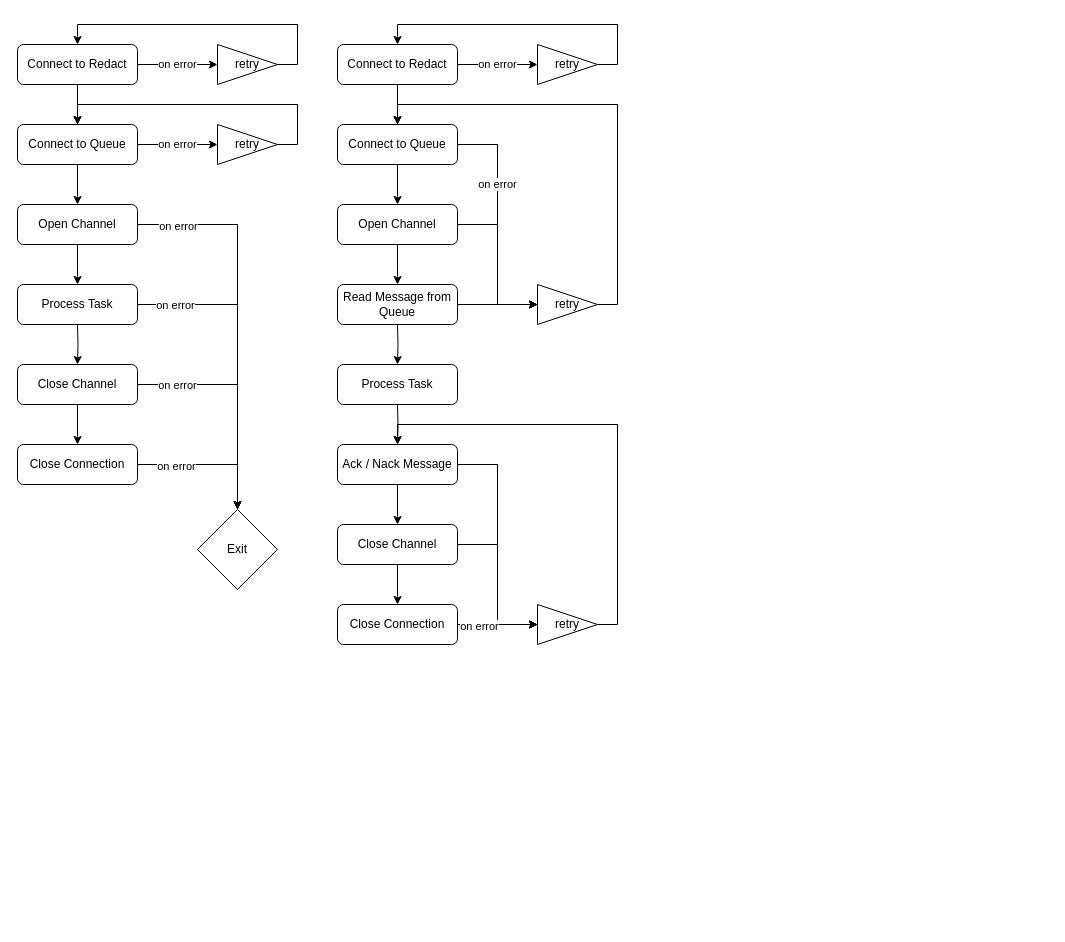
Before: manager-flow.drawio in fredyeah/diagrams, a draw.io diagram. Source tidied: cells renumbered, new cells numbered last; positions are measured from the earlier drawing's top-left corner, leaving out a move shared by most shapes. Both pictures are drawn from the tidied source at 100%, with x=0, y=0 at pixel (17, 24).
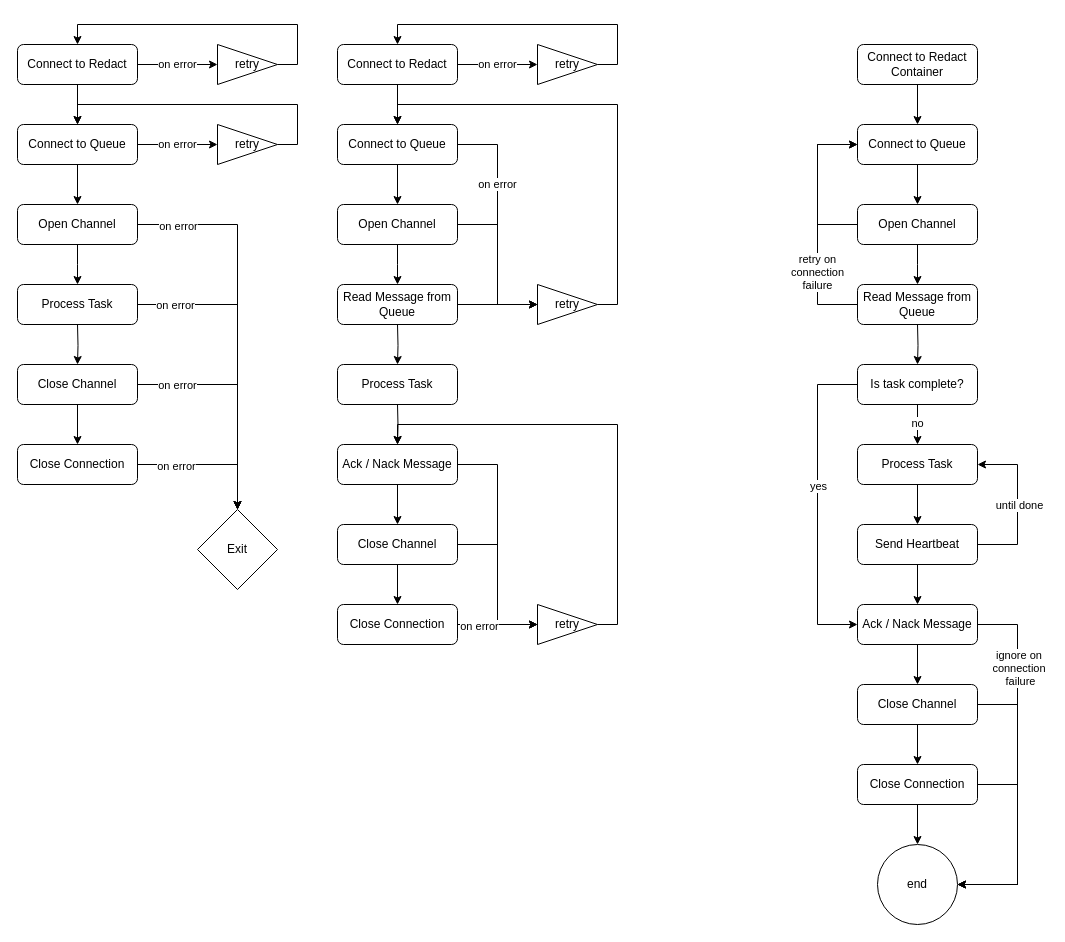
Above is the later version.

Diff of the diagram source:
```diff
@@
+    <mxCell id="58" style="edgeStyle=orthogonalEdgeStyle;rounded=0;jettySize=auto;html=1;entryX=0;entryY=0.5;entryDx=0;entryDy=0;" parent="1" edge="1" source="60" target="66">
+      <mxGeometry relative="1" as="geometry">
+        <Array as="points">
+          <mxPoint x="800" y="280" />
+          <mxPoint x="800" y="120" />
+        </Array>
+      </mxGeometry>
+    </mxCell>
+    <mxCell id="59" value="retry on &lt;br&gt;connection &lt;br&gt;failure" style="edgeLabel;html=1;align=center;verticalAlign=middle;" parent="58" vertex="1">
+      <mxGeometry x="-0.39" y="1" relative="1" as="geometry" />
+    </mxCell>
+    <mxCell id="60" value="Read Message from Queue" style="rounded=1;whiteSpace=wrap;html=1;" parent="1" vertex="1">
+      <mxGeometry x="840" y="260" width="120" height="40" as="geometry" />
+    </mxCell>
+    <mxCell id="61" style="edgeStyle=orthogonalEdgeStyle;rounded=0;jettySize=auto;html=1;entryX=0.5;entryY=0;entryDx=0;entryDy=0;" parent="1" edge="1" source="89" target="78">
+      <mxGeometry relative="1" as="geometry" />
+    </mxCell>
+    <mxCell id="62" value="no" style="edgeLabel;html=1;align=center;verticalAlign=middle;" parent="61" vertex="1">
+      <mxGeometry x="-0.1" y="-1" relative="1" as="geometry" />
+    </mxCell>
+    <mxCell id="63" style="edgeStyle=orthogonalEdgeStyle;rounded=0;jettySize=auto;html=1;entryX=0.5;entryY=0;entryDx=0;entryDy=0;" parent="1" edge="1" source="64" target="66">
+      <mxGeometry relative="1" as="geometry" />
+    </mxCell>
+    <mxCell id="64" value="Connect to Redact Container" style="rounded=1;whiteSpace=wrap;html=1;" parent="1" vertex="1">
+      <mxGeometry x="840" y="20" width="120" height="40" as="geometry" />
+    </mxCell>
+    <mxCell id="65" style="edgeStyle=orthogonalEdgeStyle;rounded=0;jettySize=auto;html=1;entryX=0.5;entryY=0;entryDx=0;entryDy=0;" parent="1" edge="1" source="66" target="69">
+      <mxGeometry relative="1" as="geometry" />
+    </mxCell>
+    <mxCell id="66" value="Connect to Queue" style="rounded=1;whiteSpace=wrap;html=1;" parent="1" vertex="1">
+      <mxGeometry x="840" y="100" width="120" height="40" as="geometry" />
+    </mxCell>
+    <mxCell id="67" style="edgeStyle=orthogonalEdgeStyle;rounded=0;jettySize=auto;html=1;entryX=0.5;entryY=0;entryDx=0;entryDy=0;" parent="1" edge="1" source="69">
+      <mxGeometry relative="1" as="geometry">
+        <mxPoint x="900" y="260" as="targetPoint" />
+      </mxGeometry>
+    </mxCell>
+    <mxCell id="68" style="edgeStyle=orthogonalEdgeStyle;rounded=0;jettySize=auto;html=1;entryX=0;entryY=0.5;entryDx=0;entryDy=0;" parent="1" edge="1" source="69" target="66">
+      <mxGeometry relative="1" as="geometry">
+        <Array as="points">
+          <mxPoint x="800" y="200" />
+          <mxPoint x="800" y="120" />
+        </Array>
+      </mxGeometry>
+    </mxCell>
+    <mxCell id="69" value="Open Channel" style="rounded=1;whiteSpace=wrap;html=1;" parent="1" vertex="1">
+      <mxGeometry x="840" y="180" width="120" height="40" as="geometry" />
+    </mxCell>
+    <mxCell id="70" style="edgeStyle=orthogonalEdgeStyle;rounded=0;jettySize=auto;html=1;entryX=0.5;entryY=0;entryDx=0;entryDy=0;" parent="1" edge="1" source="72" target="75">
+      <mxGeometry relative="1" as="geometry" />
+    </mxCell>
+    <mxCell id="71" style="edgeStyle=orthogonalEdgeStyle;rounded=0;jettySize=auto;html=1;entryX=1;entryY=0.5;entryDx=0;entryDy=0;" parent="1" edge="1" source="72" target="90">
+      <mxGeometry relative="1" as="geometry">
+        <Array as="points">
+          <mxPoint x="1000" y="680" />
+          <mxPoint x="1000" y="860" />
+        </Array>
+      </mxGeometry>
+    </mxCell>
+    <mxCell id="72" value="Close Channel" style="rounded=1;whiteSpace=wrap;html=1;" parent="1" vertex="1">
+      <mxGeometry x="840" y="660" width="120" height="40" as="geometry" />
+    </mxCell>
+    <mxCell id="73" style="edgeStyle=orthogonalEdgeStyle;rounded=0;jettySize=auto;html=1;entryX=0.5;entryY=0;entryDx=0;entryDy=0;" parent="1" edge="1" source="75" target="90">
+      <mxGeometry relative="1" as="geometry" />
+    </mxCell>
+    <mxCell id="74" style="edgeStyle=orthogonalEdgeStyle;rounded=0;jettySize=auto;html=1;entryX=1;entryY=0.5;entryDx=0;entryDy=0;" parent="1" edge="1" source="75" target="90">
+      <mxGeometry relative="1" as="geometry">
+        <Array as="points">
+          <mxPoint x="1000" y="760" />
+          <mxPoint x="1000" y="860" />
+        </Array>
+      </mxGeometry>
+    </mxCell>
+    <mxCell id="75" value="Close Connection" style="rounded=1;whiteSpace=wrap;html=1;" parent="1" vertex="1">
+      <mxGeometry x="840" y="740" width="120" height="40" as="geometry" />
+    </mxCell>
+    <mxCell id="76" style="edgeStyle=orthogonalEdgeStyle;rounded=0;jettySize=auto;html=1;entryX=0.5;entryY=0;entryDx=0;entryDy=0;" parent="1" edge="1" source="81" target="72">
+      <mxGeometry relative="1" as="geometry" />
+    </mxCell>
+    <mxCell id="77" style="edgeStyle=orthogonalEdgeStyle;rounded=0;jettySize=auto;html=1;entryX=0.5;entryY=0;entryDx=0;entryDy=0;" parent="1" edge="1" source="78" target="85">
+      <mxGeometry relative="1" as="geometry" />
+    </mxCell>
+    <mxCell id="78" value="Process Task" style="rounded=1;whiteSpace=wrap;html=1;" parent="1" vertex="1">
+      <mxGeometry x="840" y="420" width="120" height="40" as="geometry" />
+    </mxCell>
+    <mxCell id="79" style="edgeStyle=orthogonalEdgeStyle;rounded=0;jettySize=auto;html=1;entryX=1;entryY=0.5;entryDx=0;entryDy=0;" parent="1" edge="1" source="81" target="90">
+      <mxGeometry relative="1" as="geometry">
+        <Array as="points">
+          <mxPoint x="1000" y="600" />
+          <mxPoint x="1000" y="860" />
+        </Array>
+      </mxGeometry>
+    </mxCell>
+    <mxCell id="80" value="ignore on&amp;nbsp;&lt;br&gt;connection&amp;nbsp;&lt;br&gt;failure" style="edgeLabel;html=1;align=center;verticalAlign=middle;" parent="79" vertex="1">
+      <mxGeometry x="-0.54" y="2" relative="1" as="geometry" />
+    </mxCell>
+    <mxCell id="81" value="Ack / Nack Message" style="rounded=1;whiteSpace=wrap;html=1;" parent="1" vertex="1">
+      <mxGeometry x="840" y="580" width="120" height="40" as="geometry" />
+    </mxCell>
+    <mxCell id="82" style="edgeStyle=orthogonalEdgeStyle;rounded=0;jettySize=auto;html=1;entryX=0.5;entryY=0;entryDx=0;entryDy=0;" parent="1" edge="1" source="85" target="81">
+      <mxGeometry relative="1" as="geometry" />
+    </mxCell>
+    <mxCell id="83" style="edgeStyle=orthogonalEdgeStyle;rounded=0;jettySize=auto;html=1;entryX=1;entryY=0.5;entryDx=0;entryDy=0;" parent="1" edge="1" source="85" target="78">
+      <mxGeometry relative="1" as="geometry">
+        <Array as="points">
+          <mxPoint x="1000" y="520" />
+          <mxPoint x="1000" y="440" />
+        </Array>
+      </mxGeometry>
+    </mxCell>
+    <mxCell id="84" value="until done" style="edgeLabel;html=1;align=center;verticalAlign=middle;" parent="83" vertex="1">
+      <mxGeometry y="-1" relative="1" as="geometry" />
+    </mxCell>
+    <mxCell id="85" value="Send Heartbeat" style="rounded=1;whiteSpace=wrap;html=1;" parent="1" vertex="1">
+      <mxGeometry x="840" y="500" width="120" height="40" as="geometry" />
+    </mxCell>
+    <mxCell id="86" style="edgeStyle=orthogonalEdgeStyle;rounded=0;jettySize=auto;html=1;entryX=0.5;entryY=0;entryDx=0;entryDy=0;" parent="1" edge="1" target="89">
+      <mxGeometry relative="1" as="geometry">
+        <mxPoint x="900" y="300" as="sourcePoint" />
+      </mxGeometry>
+    </mxCell>
+    <mxCell id="87" style="edgeStyle=orthogonalEdgeStyle;rounded=0;jettySize=auto;html=1;entryX=0;entryY=0.5;entryDx=0;entryDy=0;" parent="1" edge="1" source="89" target="81">
+      <mxGeometry relative="1" as="geometry">
+        <Array as="points">
+          <mxPoint x="800" y="360" />
+          <mxPoint x="800" y="600" />
+        </Array>
+      </mxGeometry>
+    </mxCell>
+    <mxCell id="88" value="yes" style="edgeLabel;html=1;align=center;verticalAlign=middle;" parent="87" vertex="1">
+      <mxGeometry x="-0.12" relative="1" as="geometry" />
+    </mxCell>
+    <mxCell id="89" value="Is task complete?" style="rounded=1;whiteSpace=wrap;html=1;" parent="1" vertex="1">
+      <mxGeometry x="840" y="340" width="120" height="40" as="geometry" />
+    </mxCell>
+    <mxCell id="90" value="end" style="ellipse;whiteSpace=wrap;html=1;" parent="1" vertex="1">
+      <mxGeometry x="860" y="820" width="80" height="80" as="geometry" />
+    </mxCell>
```
